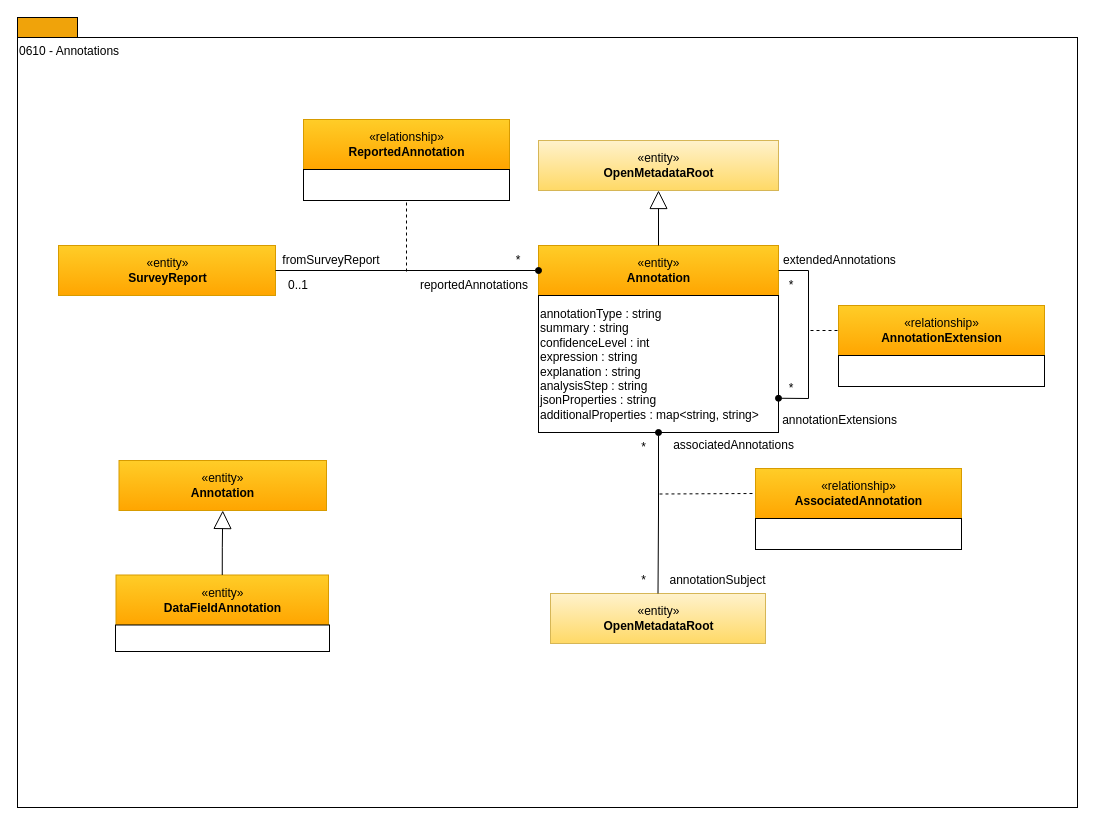
The draw.io diagram page "0610-Annotations" (3 of 13) of site/docs/types/6/area-6-discovery.drawio in odpi/egeria-docs, before the edit. Source tidied: cells renumbered, new cells numbered last; positions are measured from the earlier drawing's top-left corner, leaving out a move shared by most shapes. Both pictures are drawn from the tidied source at 100%, with x=0, y=0 at pixel (17, 17).
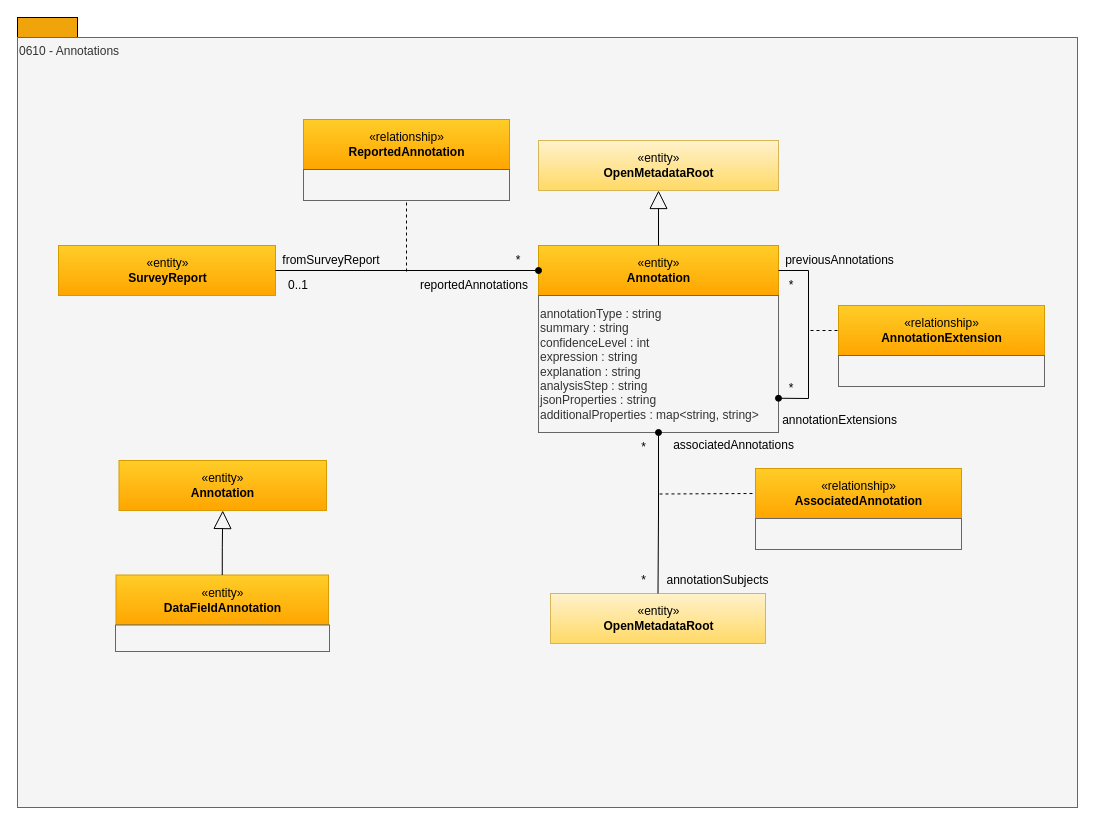
Above is the later version.

The edit, as a diff of the source:
```diff
@@
-    <mxCell id="3" value="0610 - Annotations" style="rounded=0;whiteSpace=wrap;html=1;align=left;verticalAlign=top;" parent="1" vertex="1">
+    <mxCell id="3" value="0610 - Annotations" style="rounded=0;whiteSpace=wrap;html=1;align=left;verticalAlign=top;fillColor=#f5f5f5;fontColor=#333333;strokeColor=#666666;" parent="1" vertex="1">
       <mxGeometry y="20" width="1060" height="770" as="geometry" />
     </mxCell>
@@
-    <mxCell id="5" value="annotationType : string&lt;br&gt;summary : string&lt;br&gt;confidenceLevel : int&lt;br&gt;expression : string&lt;br&gt;explanation : string&lt;br&gt;analysisStep : string&lt;br&gt;jsonProperties : string&lt;br&gt;additionalProperties : map&amp;lt;string, string&amp;gt;" style="rounded=0;whiteSpace=wrap;html=1;strokeColor=#000000;gradientColor=#ffffff;align=left;" parent="1" vertex="1">
+    <mxCell id="5" value="annotationType : string&lt;br&gt;summary : string&lt;br&gt;confidenceLevel : int&lt;br&gt;expression : string&lt;br&gt;explanation : string&lt;br&gt;analysisStep : string&lt;br&gt;jsonProperties : string&lt;br&gt;additionalProperties : map&amp;lt;string, string&amp;gt;" style="rounded=0;whiteSpace=wrap;html=1;strokeColor=#666666;align=left;fillColor=#f5f5f5;fontColor=#333333;" parent="1" vertex="1">
       <mxGeometry x="521" y="278" width="240" height="137" as="geometry" />
     </mxCell>
@@
-    <mxCell id="13" style="rounded=0;whiteSpace=wrap;html=1;strokeColor=#000000;gradientColor=#ffffff;align=center;" parent="1" vertex="1">
+    <mxCell id="13" style="rounded=0;whiteSpace=wrap;html=1;strokeColor=#666666;align=center;fillColor=#f5f5f5;fontColor=#333333;" parent="1" vertex="1">
       <mxGeometry x="286" y="152" width="206" height="31" as="geometry" />
     </mxCell>
@@
-    <mxCell id="15" value="extendedAnnotations" style="text;html=1;strokeColor=none;fillColor=none;align=center;verticalAlign=middle;whiteSpace=wrap;rounded=0;" parent="1" vertex="1">
+    <mxCell id="15" value="previousAnnotations" style="text;html=1;strokeColor=none;fillColor=none;align=center;verticalAlign=middle;whiteSpace=wrap;rounded=0;" parent="1" vertex="1">
       <mxGeometry x="761" y="233" width="123" height="20" as="geometry" />
     </mxCell>
@@
-    <mxCell id="20" style="rounded=0;whiteSpace=wrap;html=1;strokeColor=#000000;gradientColor=#ffffff;align=center;" parent="1" vertex="1">
+    <mxCell id="20" style="rounded=0;whiteSpace=wrap;html=1;strokeColor=#666666;align=center;fillColor=#f5f5f5;fontColor=#333333;" parent="1" vertex="1">
       <mxGeometry x="821" y="338" width="206" height="31" as="geometry" />
     </mxCell>
@@
-    <mxCell id="28" style="rounded=0;whiteSpace=wrap;html=1;strokeColor=#000000;gradientColor=#ffffff;align=center;" parent="1" vertex="1">
+    <mxCell id="28" style="rounded=0;whiteSpace=wrap;html=1;strokeColor=#666666;align=center;fillColor=#f5f5f5;fontColor=#333333;" parent="1" vertex="1">
       <mxGeometry x="738" y="501" width="206" height="31" as="geometry" />
     </mxCell>
@@
-    <mxCell id="33" value="annotationSubject" style="text;html=1;align=center;verticalAlign=middle;strokeColor=none;fillColor=none;" parent="1" vertex="1">
-      <mxGeometry x="643" y="550" width="114" height="26" as="geometry" />
+    <mxCell id="33" value="annotationSubjects" style="text;html=1;align=center;verticalAlign=middle;strokeColor=none;fillColor=none;" parent="1" vertex="1">
+      <mxGeometry x="640" y="550" width="120" height="26" as="geometry" />
     </mxCell>
@@
-    <mxCell id="35" style="rounded=0;whiteSpace=wrap;html=1;strokeColor=#000000;gradientColor=#ffffff;align=left;" parent="1" vertex="1">
+    <mxCell id="35" style="rounded=0;whiteSpace=wrap;html=1;strokeColor=#666666;align=left;fillColor=#f5f5f5;fontColor=#333333;" parent="1" vertex="1">
       <mxGeometry x="98" y="607.5" width="214" height="26.5" as="geometry" />
     </mxCell>
```
